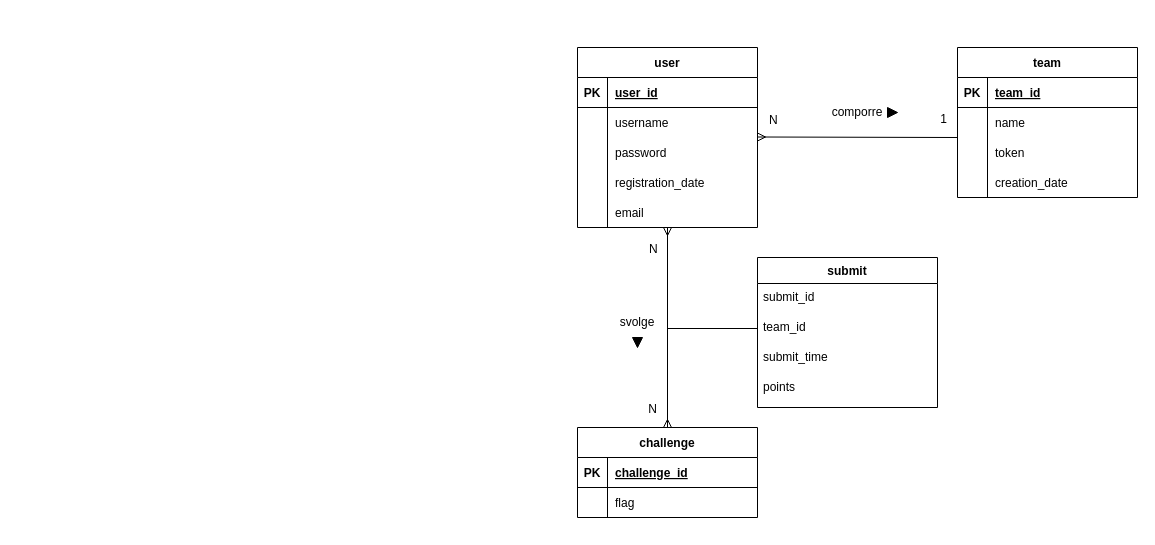
The draw.io diagram db/design/ER_diagram.drawio in FeeeDz/H4ckUs4t1_CTF, before the edit. Source tidied: cells renumbered, new cells numbered last; positions are measured from the earlier drawing's top-left corner, leaving out a move shared by most shapes. Both pictures are drawn from the tidied source at 100%, with x=0, y=0 at pixel (577, 47).
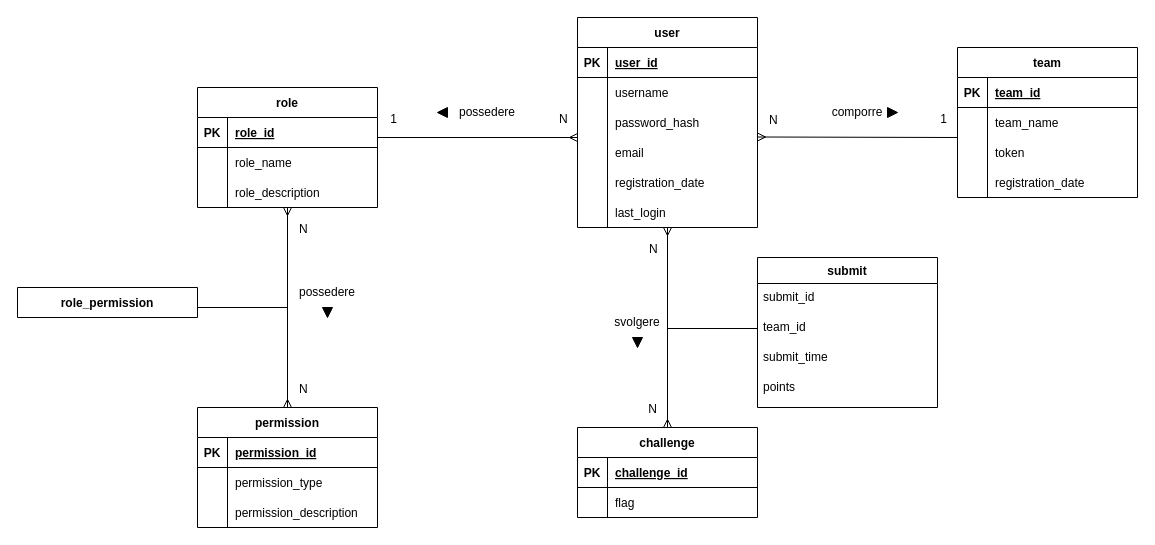
The same diagram, later.

Unchanged cells that the change refers to:
```xml
<mxCell id="27" style="shape=partialRectangle;fillColor=none;top=0;left=0;right=0;bottom=0;" parent="23" vertex="1">
  <mxGeometry y="60" width="180" height="30" as="geometry" />
</mxCell>
<mxCell id="30" style="group;" parent="22" vertex="1">
  <mxGeometry y="120" width="180" height="30" as="geometry" />
</mxCell>
```

The edit, as a diff of the source:
```diff
@@
     <mxCell id="2" style="shape=partialRectangle;fillColor=none;top=0;left=0;right=0;bottom=0;" parent="1" vertex="1">
-      <mxGeometry x="20" y="150" width="170" height="30" as="geometry" />
+      <mxGeometry x="20" y="120" width="170" height="30" as="geometry" />
     </mxCell>
-    <mxCell id="3" style="group;" parent="1" vertex="1">
-      <mxGeometry width="180" height="180" as="geometry" />
-    </mxCell>
-    <mxCell id="4" value="user" style="shape=table;startSize=30;childLayout=tableLayout;rowLines=0;fontStyle=1;align=center;" parent="3" vertex="1">
-      <mxGeometry width="180" height="180" as="geometry" />
-    </mxCell>
-    <mxCell id="5" style="shape=partialRectangle;fillColor=none;top=0;left=0;right=0;bottom=1;" parent="4" vertex="1">
-      <mxGeometry y="30" width="180" height="30" as="geometry" />
-    </mxCell>
-    <mxCell id="6" value="PK" style="shape=partialRectangle;overflow=hidden;fillColor=none;top=0;left=0;bottom=0;right=0;fontStyle=1;" parent="5" vertex="1">
-      <mxGeometry width="30" height="30" as="geometry" />
-    </mxCell>
-    <mxCell id="7" value="user_id" style="shape=partialRectangle;overflow=hidden;fillColor=none;top=0;left=0;bottom=0;right=0;align=left;spacingLeft=6;fontStyle=5;" parent="5" vertex="1">
-      <mxGeometry x="30" width="150" height="30" as="geometry" />
-    </mxCell>
-    <mxCell id="8" style="shape=partialRectangle;fillColor=none;top=0;left=0;right=0;bottom=0;" parent="4" vertex="1">
-      <mxGeometry y="60" width="180" height="30" as="geometry" />
-    </mxCell>
-    <mxCell id="9" style="shape=partialRectangle;overflow=hidden;fillColor=none;top=0;left=0;bottom=0;right=1;" parent="8" vertex="1">
-      <mxGeometry width="30" height="30" as="geometry" />
-    </mxCell>
-    <mxCell id="10" value="username" style="shape=partialRectangle;overflow=hidden;fillColor=none;top=0;left=0;bottom=0;right=0;align=left;spacingLeft=6;" parent="8" vertex="1">
-      <mxGeometry x="30" width="150" height="30" as="geometry" />
-    </mxCell>
-    <mxCell id="11" style="group;" parent="3" vertex="1">
-      <mxGeometry y="150" width="180" height="30" as="geometry" />
-    </mxCell>
-    <mxCell id="12" style="shape=partialRectangle;overflow=hidden;fillColor=none;top=0;left=0;bottom=0;right=1;" parent="11" vertex="1">
-      <mxGeometry width="30" height="30" as="geometry" />
-    </mxCell>
-    <mxCell id="13" value="email" style="shape=partialRectangle;overflow=hidden;fillColor=none;top=0;left=0;bottom=0;right=0;align=left;spacingLeft=6;" parent="11" vertex="1">
-      <mxGeometry x="30" width="150" height="30" as="geometry" />
-    </mxCell>
-    <mxCell id="14" style="group;" parent="3" vertex="1">
-      <mxGeometry y="120" width="180" height="30" as="geometry" />
-    </mxCell>
-    <mxCell id="15" style="shape=partialRectangle;fillColor=none;top=0;left=0;right=0;bottom=0;" parent="14" vertex="1">
-      <mxGeometry width="180" height="30" as="geometry" />
-    </mxCell>
-    <mxCell id="16" style="shape=partialRectangle;overflow=hidden;fillColor=none;top=0;left=0;bottom=0;right=1;" parent="14" vertex="1">
-      <mxGeometry width="30" height="30" as="geometry" />
-    </mxCell>
-    <mxCell id="17" value="registration_date" style="shape=partialRectangle;overflow=hidden;fillColor=none;top=0;left=0;bottom=0;right=0;align=left;spacingLeft=6;" parent="14" vertex="1">
-      <mxGeometry x="30" width="150" height="30" as="geometry" />
-    </mxCell>
-    <mxCell id="18" style="group;" parent="3" vertex="1">
-      <mxGeometry y="90" width="180" height="30" as="geometry" />
-    </mxCell>
-    <mxCell id="19" style="shape=partialRectangle;fillColor=none;top=0;left=0;right=0;bottom=0;" parent="18" vertex="1">
-      <mxGeometry width="180" height="30" as="geometry" />
-    </mxCell>
-    <mxCell id="20" style="shape=partialRectangle;overflow=hidden;fillColor=none;top=0;left=0;bottom=0;right=1;" parent="18" vertex="1">
-      <mxGeometry width="30" height="30" as="geometry" />
-    </mxCell>
-    <mxCell id="21" value="password" style="shape=partialRectangle;overflow=hidden;fillColor=none;top=0;left=0;bottom=0;right=0;align=left;spacingLeft=6;" parent="18" vertex="1">
-      <mxGeometry x="30" width="150" height="30" as="geometry" />
-    </mxCell>
@@
-    <mxCell id="29" value="name" style="shape=partialRectangle;overflow=hidden;fillColor=none;top=0;left=0;bottom=0;right=0;align=left;spacingLeft=6;" parent="27" vertex="1">
+    <mxCell id="29" value="team_name" style="shape=partialRectangle;overflow=hidden;fillColor=none;top=0;left=0;bottom=0;right=0;align=left;spacingLeft=6;" parent="27" vertex="1">
       <mxGeometry x="30" width="150" height="30" as="geometry" />
     </mxCell>
@@
-    <mxCell id="33" value="creation_date" style="shape=partialRectangle;overflow=hidden;fillColor=none;top=0;left=0;bottom=0;right=0;align=left;spacingLeft=6;" parent="30" vertex="1">
+    <mxCell id="33" value="registration_date" style="shape=partialRectangle;overflow=hidden;fillColor=none;top=0;left=0;bottom=0;right=0;align=left;spacingLeft=6;" parent="30" vertex="1">
       <mxGeometry x="30" width="150" height="30" as="geometry" />
     </mxCell>
@@
-    <mxCell id="59" value="svolge" style="text;html=1;strokeColor=none;fillColor=none;align=center;verticalAlign=middle;whiteSpace=wrap;rounded=0;fontSize=12;" parent="1" vertex="1">
+    <mxCell id="59" value="svolgere" style="text;html=1;strokeColor=none;fillColor=none;align=center;verticalAlign=middle;whiteSpace=wrap;rounded=0;fontSize=12;" parent="1" vertex="1">
       <mxGeometry x="30" y="260" width="60" height="30" as="geometry" />
     </mxCell>
@@
+    <mxCell id="4" value="user" style="shape=table;startSize=30;childLayout=tableLayout;rowLines=0;fontStyle=1;align=center;" parent="1" vertex="1">
+      <mxGeometry y="-30" width="180" height="210" as="geometry" />
+    </mxCell>
+    <mxCell id="5" style="shape=partialRectangle;fillColor=none;top=0;left=0;right=0;bottom=1;" parent="4" vertex="1">
+      <mxGeometry y="30" width="180" height="30" as="geometry" />
+    </mxCell>
+    <mxCell id="6" value="PK" style="shape=partialRectangle;overflow=hidden;fillColor=none;top=0;left=0;bottom=0;right=0;fontStyle=1;" parent="5" vertex="1">
+      <mxGeometry width="30" height="30" as="geometry" />
+    </mxCell>
+    <mxCell id="7" value="user_id" style="shape=partialRectangle;overflow=hidden;fillColor=none;top=0;left=0;bottom=0;right=0;align=left;spacingLeft=6;fontStyle=5;" parent="5" vertex="1">
+      <mxGeometry x="30" width="150" height="30" as="geometry" />
+    </mxCell>
+    <mxCell id="8" style="shape=partialRectangle;fillColor=none;top=0;left=0;right=0;bottom=0;" parent="4" vertex="1">
+      <mxGeometry y="60" width="180" height="30" as="geometry" />
+    </mxCell>
+    <mxCell id="9" style="shape=partialRectangle;overflow=hidden;fillColor=none;top=0;left=0;bottom=0;right=1;" parent="8" vertex="1">
+      <mxGeometry width="30" height="30" as="geometry" />
+    </mxCell>
+    <mxCell id="10" value="username" style="shape=partialRectangle;overflow=hidden;fillColor=none;top=0;left=0;bottom=0;right=0;align=left;spacingLeft=6;" parent="8" vertex="1">
+      <mxGeometry x="30" width="150" height="30" as="geometry" />
+    </mxCell>
+    <mxCell id="11" style="group;" parent="1" vertex="1">
+      <mxGeometry y="120" width="180" height="30" as="geometry" />
+    </mxCell>
+    <mxCell id="12" style="shape=partialRectangle;overflow=hidden;fillColor=none;top=0;left=0;bottom=0;right=1;" parent="11" vertex="1">
+      <mxGeometry width="30" height="30" as="geometry" />
+    </mxCell>
+    <mxCell id="13" value="registration_date" style="shape=partialRectangle;overflow=hidden;fillColor=none;top=0;left=0;bottom=0;right=0;align=left;spacingLeft=6;" parent="11" vertex="1">
+      <mxGeometry x="30" width="150" height="30" as="geometry" />
+    </mxCell>
+    <mxCell id="14" style="group;" parent="1" vertex="1">
+      <mxGeometry y="90" width="180" height="30" as="geometry" />
+    </mxCell>
+    <mxCell id="15" style="shape=partialRectangle;fillColor=none;top=0;left=0;right=0;bottom=0;" parent="14" vertex="1">
+      <mxGeometry width="180" height="30" as="geometry" />
+    </mxCell>
+    <mxCell id="16" style="shape=partialRectangle;overflow=hidden;fillColor=none;top=0;left=0;bottom=0;right=1;" parent="14" vertex="1">
+      <mxGeometry width="30" height="30" as="geometry" />
+    </mxCell>
+    <mxCell id="17" value="email" style="shape=partialRectangle;overflow=hidden;fillColor=none;top=0;left=0;bottom=0;right=0;align=left;spacingLeft=6;" parent="14" vertex="1">
+      <mxGeometry x="30" width="150" height="30" as="geometry" />
+    </mxCell>
+    <mxCell id="18" style="group;" parent="1" vertex="1">
+      <mxGeometry y="60" width="180" height="30" as="geometry" />
+    </mxCell>
+    <mxCell id="19" style="shape=partialRectangle;fillColor=none;top=0;left=0;right=0;bottom=0;" parent="18" vertex="1">
+      <mxGeometry width="180" height="30" as="geometry" />
+    </mxCell>
+    <mxCell id="20" style="shape=partialRectangle;overflow=hidden;fillColor=none;top=0;left=0;bottom=0;right=1;" parent="18" vertex="1">
+      <mxGeometry width="30" height="30" as="geometry" />
+    </mxCell>
+    <mxCell id="21" value="password_hash" style="shape=partialRectangle;overflow=hidden;fillColor=none;top=0;left=0;bottom=0;right=0;align=left;spacingLeft=6;" parent="18" vertex="1">
+      <mxGeometry x="30" width="150" height="30" as="geometry" />
+    </mxCell>
+    <mxCell id="61" style="group;" parent="1" vertex="1">
+      <mxGeometry y="150" width="180" height="30" as="geometry" />
+    </mxCell>
+    <mxCell id="62" style="shape=partialRectangle;overflow=hidden;fillColor=none;top=0;left=0;bottom=0;right=1;" parent="61" vertex="1">
+      <mxGeometry width="30" height="30" as="geometry" />
+    </mxCell>
+    <mxCell id="63" value="last_login" style="shape=partialRectangle;overflow=hidden;fillColor=none;top=0;left=0;bottom=0;right=0;align=left;spacingLeft=6;" parent="61" vertex="1">
+      <mxGeometry x="30" width="150" height="30" as="geometry" />
+    </mxCell>
+    <mxCell id="64" value="role" style="shape=table;startSize=30;childLayout=tableLayout;rowLines=0;fontStyle=1;align=center;" parent="1" vertex="1">
+      <mxGeometry x="-380" y="40" width="180" height="120" as="geometry" />
+    </mxCell>
+    <mxCell id="65" style="shape=partialRectangle;fillColor=none;top=0;left=0;right=0;bottom=1;" parent="64" vertex="1">
+      <mxGeometry y="30" width="180" height="30" as="geometry" />
+    </mxCell>
+    <mxCell id="66" value="PK" style="shape=partialRectangle;overflow=hidden;fillColor=none;top=0;left=0;bottom=0;right=0;fontStyle=1;" parent="65" vertex="1">
+      <mxGeometry width="30" height="30" as="geometry" />
+    </mxCell>
+    <mxCell id="67" value="role_id" style="shape=partialRectangle;overflow=hidden;fillColor=none;top=0;left=0;bottom=0;right=0;align=left;spacingLeft=6;fontStyle=5;" parent="65" vertex="1">
+      <mxGeometry x="30" width="150" height="30" as="geometry" />
+    </mxCell>
+    <mxCell id="68" style="shape=partialRectangle;fillColor=none;top=0;left=0;right=0;bottom=0;" parent="64" vertex="1">
+      <mxGeometry y="60" width="180" height="30" as="geometry" />
+    </mxCell>
+    <mxCell id="69" style="shape=partialRectangle;overflow=hidden;fillColor=none;top=0;left=0;bottom=0;right=1;" parent="68" vertex="1">
+      <mxGeometry width="30" height="30" as="geometry" />
+    </mxCell>
+    <mxCell id="70" value="role_name" style="shape=partialRectangle;overflow=hidden;fillColor=none;top=0;left=0;bottom=0;right=0;align=left;spacingLeft=6;" parent="68" vertex="1">
+      <mxGeometry x="30" width="150" height="30" as="geometry" />
+    </mxCell>
+    <mxCell id="71" style="endArrow=none;html=1;rounded=0;startArrow=ERmany;startFill=0;" parent="1" edge="1">
+      <mxGeometry relative="1" as="geometry">
+        <mxPoint y="90" as="sourcePoint" />
+        <mxPoint x="-200" y="90" as="targetPoint" />
+      </mxGeometry>
+    </mxCell>
+    <mxCell id="72" value="&lt;div&gt;N&lt;/div&gt;" style="html=1;align=left;verticalAlign=bottom;" parent="71" vertex="1">
+      <mxGeometry x="-1" relative="1" as="geometry">
+        <mxPoint x="-20" y="-10" as="offset" />
+      </mxGeometry>
+    </mxCell>
+    <mxCell id="73" value="1" style="html=1;align=right;verticalAlign=bottom;" parent="71" vertex="1">
+      <mxGeometry x="1" relative="1" as="geometry">
+        <mxPoint x="20" y="-10" as="offset" />
+      </mxGeometry>
+    </mxCell>
+    <mxCell id="74" value="possedere" style="text;html=1;strokeColor=none;fillColor=none;align=center;verticalAlign=middle;whiteSpace=wrap;rounded=0;fontSize=12;" parent="1" vertex="1">
+      <mxGeometry x="-120" y="50" width="60" height="30" as="geometry" />
+    </mxCell>
+    <mxCell id="75" style="triangle;whiteSpace=wrap;html=1;fontSize=12;strokeColor=default;fillColor=#000000;rotation=-180;" parent="1" vertex="1">
+      <mxGeometry x="-140" y="60" width="10" height="10" as="geometry" />
+    </mxCell>
+    <mxCell id="76" value="permission" style="shape=table;startSize=30;childLayout=tableLayout;rowLines=0;fontStyle=1;align=center;" parent="1" vertex="1">
+      <mxGeometry x="-380" y="360" width="180" height="120" as="geometry" />
+    </mxCell>
+    <mxCell id="77" style="shape=partialRectangle;fillColor=none;top=0;left=0;right=0;bottom=1;" parent="76" vertex="1">
+      <mxGeometry y="30" width="180" height="30" as="geometry" />
+    </mxCell>
+    <mxCell id="78" value="PK" style="shape=partialRectangle;overflow=hidden;fillColor=none;top=0;left=0;bottom=0;right=0;fontStyle=1;" parent="77" vertex="1">
+      <mxGeometry width="30" height="30" as="geometry" />
+    </mxCell>
+    <mxCell id="79" value="permission_id" style="shape=partialRectangle;overflow=hidden;fillColor=none;top=0;left=0;bottom=0;right=0;align=left;spacingLeft=6;fontStyle=5;" parent="77" vertex="1">
+      <mxGeometry x="30" width="150" height="30" as="geometry" />
+    </mxCell>
+    <mxCell id="80" style="shape=partialRectangle;fillColor=none;top=0;left=0;right=0;bottom=0;" parent="76" vertex="1">
+      <mxGeometry y="60" width="180" height="30" as="geometry" />
+    </mxCell>
+    <mxCell id="81" style="shape=partialRectangle;overflow=hidden;fillColor=none;top=0;left=0;bottom=0;right=1;" parent="80" vertex="1">
+      <mxGeometry width="30" height="30" as="geometry" />
+    </mxCell>
+    <mxCell id="82" value="permission_type" style="shape=partialRectangle;overflow=hidden;fillColor=none;top=0;left=0;bottom=0;right=0;align=left;spacingLeft=6;" parent="80" vertex="1">
+      <mxGeometry x="30" width="150" height="30" as="geometry" />
+    </mxCell>
+    <mxCell id="83" style="endArrow=ERmany;html=1;rounded=0;startArrow=ERmany;startFill=0;exitX=0.5;exitY=0;exitDx=0;exitDy=0;entryX=0.5;entryY=1;entryDx=0;entryDy=0;endFill=0;" parent="1" edge="1" source="76">
+      <mxGeometry relative="1" as="geometry">
+        <mxPoint x="-290" y="160" as="targetPoint" />
+      </mxGeometry>
+    </mxCell>
+    <mxCell id="84" value="&lt;div&gt;N&lt;/div&gt;" style="html=1;align=left;verticalAlign=bottom;" parent="83" vertex="1">
+      <mxGeometry x="-1" relative="1" as="geometry">
+        <mxPoint x="10" y="-10" as="offset" />
+      </mxGeometry>
+    </mxCell>
+    <mxCell id="85" value="possedere" style="text;html=1;strokeColor=none;fillColor=none;align=center;verticalAlign=middle;whiteSpace=wrap;rounded=0;fontSize=12;" parent="1" vertex="1">
+      <mxGeometry x="-280" y="230" width="60" height="30" as="geometry" />
+    </mxCell>
+    <mxCell id="86" style="triangle;whiteSpace=wrap;html=1;fontSize=12;strokeColor=default;fillColor=#000000;rotation=90;" parent="1" vertex="1">
+      <mxGeometry x="-255" y="260" width="10" height="10" as="geometry" />
+    </mxCell>
+    <mxCell id="87" value="&lt;div&gt;N&lt;/div&gt;" style="html=1;align=left;verticalAlign=bottom;" parent="1" vertex="1">
+      <mxGeometry x="-280" y="190" as="geometry" />
+    </mxCell>
+    <mxCell id="88" style="endArrow=none;html=1;rounded=0;" parent="1" edge="1">
+      <mxGeometry relative="1" as="geometry">
+        <mxPoint x="-380" y="260" as="sourcePoint" />
+        <mxPoint x="-290" y="260" as="targetPoint" />
+      </mxGeometry>
+    </mxCell>
+    <mxCell id="89" value="role_permission" style="swimlane;fontStyle=1;horizontal=1;startSize=30;align=center;fontSize=12;" parent="1" vertex="1">
+      <mxGeometry x="-560" y="240" width="180" height="30" as="geometry" />
+    </mxCell>
+    <mxCell id="90" style="group;" parent="1" vertex="1">
+      <mxGeometry x="-380" y="130" width="180" height="30" as="geometry" />
+    </mxCell>
+    <mxCell id="91" style="shape=partialRectangle;overflow=hidden;fillColor=none;top=0;left=0;bottom=0;right=1;" parent="90" vertex="1">
+      <mxGeometry width="30" height="30" as="geometry" />
+    </mxCell>
+    <mxCell id="92" value="role_description" style="shape=partialRectangle;overflow=hidden;fillColor=none;top=0;left=0;bottom=0;right=0;align=left;spacingLeft=6;" parent="90" vertex="1">
+      <mxGeometry x="30" width="150" height="30" as="geometry" />
+    </mxCell>
+    <mxCell id="93" style="group;" parent="1" vertex="1">
+      <mxGeometry x="-380" y="450" width="180" height="30" as="geometry" />
+    </mxCell>
+    <mxCell id="94" style="shape=partialRectangle;overflow=hidden;fillColor=none;top=0;left=0;bottom=0;right=1;" parent="93" vertex="1">
+      <mxGeometry width="30" height="30" as="geometry" />
+    </mxCell>
+    <mxCell id="95" value="permission_description" style="shape=partialRectangle;overflow=hidden;fillColor=none;top=0;left=0;bottom=0;right=0;align=left;spacingLeft=6;" parent="93" vertex="1">
+      <mxGeometry x="30" width="150" height="30" as="geometry" />
+    </mxCell>
```
